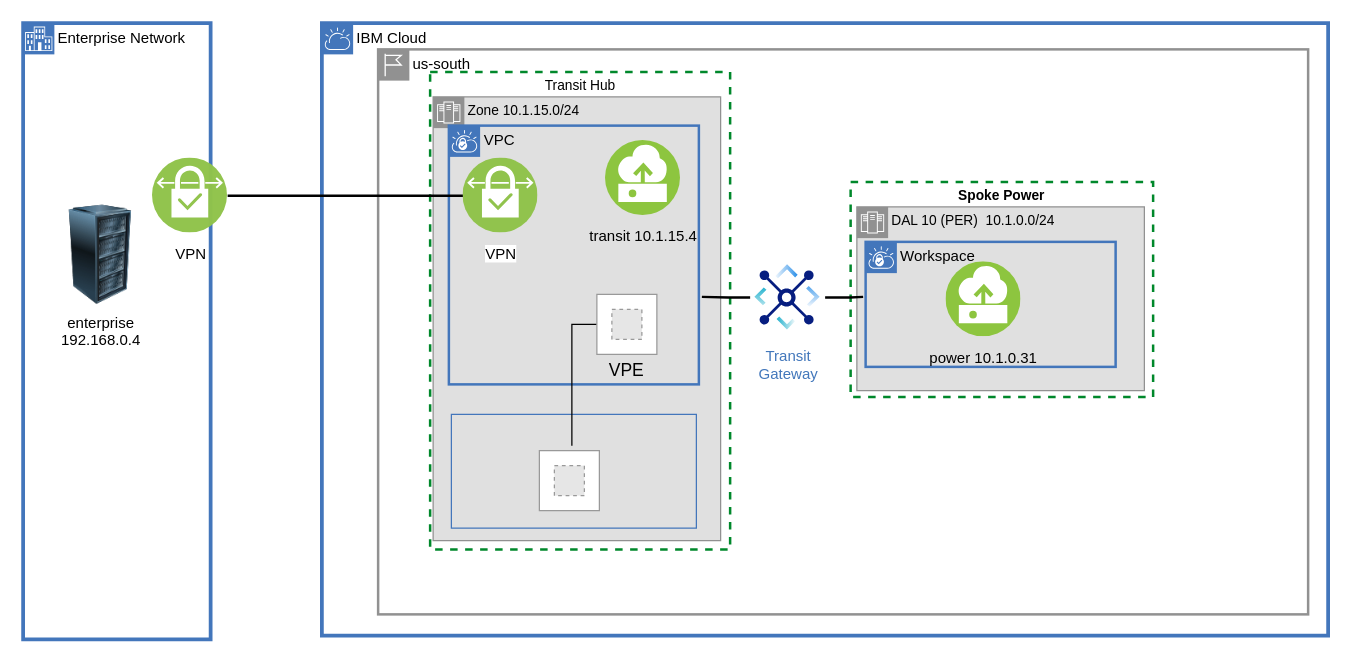
Earlier version of the draw.io diagram page "overview-power" (5 of 22) of images/vpc-transit.drawio (IBM-Cloud/vpc-transit). Source tidied: cells renumbered, new cells numbered last; positions are measured from the earlier drawing's top-left corner, leaving out a move shared by most shapes. Both pictures are drawn from the tidied source at 125%, with x=0, y=0 at pixel (22, 22). Pictures stored in the file or linked from it are replaced by grey dashed boxes.
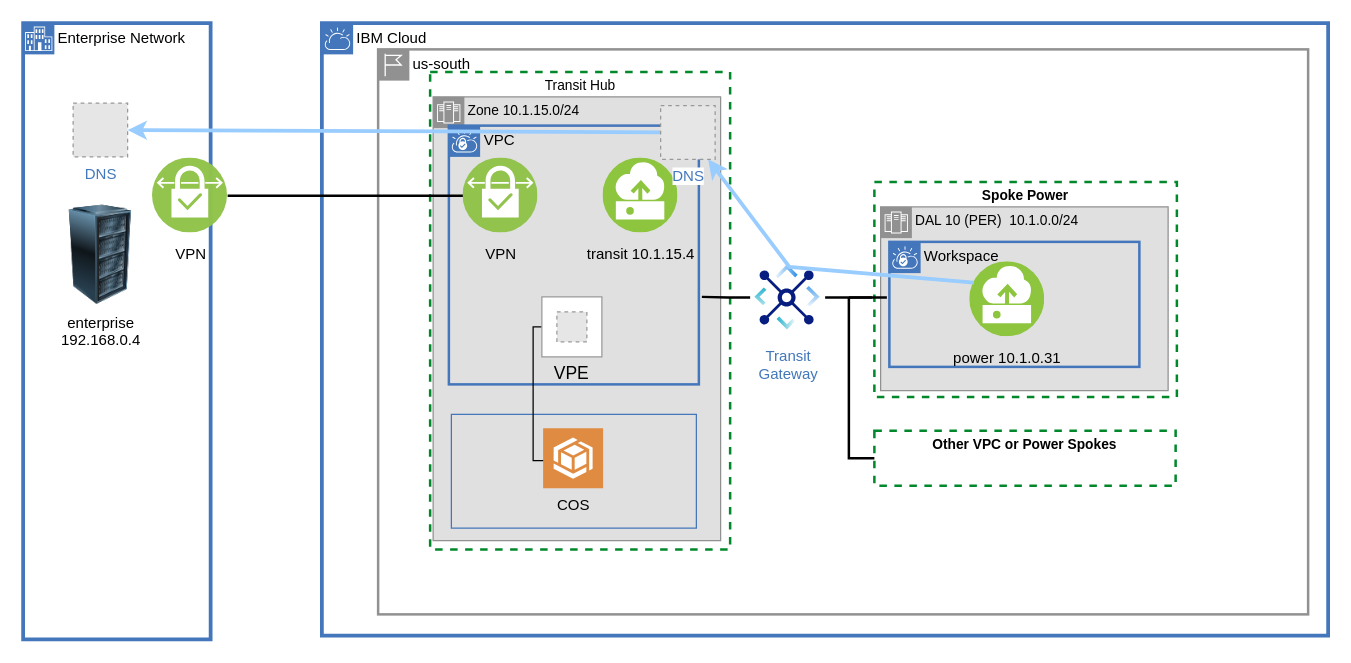
After the change.

The change refers to these unchanged cells:
```xml
<mxCell id="12" value="Transit&lt;br&gt;Gateway" style="perimeter=ellipsePerimeter;html=1;align=center;shadow=0;dashed=0;fontColor=#4277BB;labelBackgroundColor=#ffffff;fontSize=12;spacingTop=3;image;image=img/lib/ibm/vpc/TransitGateway.svg;labelPadding=0;backgroundOutline=0;" parent="1" vertex="1">
  <mxGeometry x="581.6" y="189.5" width="60" height="60" as="geometry" />
</mxCell>
```

Change to the diagram source:
```diff
@@
     <mxCell id="4" value="&lt;b&gt;Spoke Power&lt;/b&gt;" style="fontStyle=0;verticalAlign=top;align=center;spacingTop=-2;fillColor=none;rounded=0;whiteSpace=wrap;html=1;strokeColor=#00882B;strokeWidth=2;dashed=1;shadow=0;labelBackgroundColor=none;fontFamily=Helvetica;fontSize=11;fontColor=default;" parent="1" vertex="1">
-      <mxGeometry x="662" y="127" width="242" height="172" as="geometry" />
+      <mxGeometry x="681" y="127" width="242" height="172" as="geometry" />
     </mxCell>
     <mxCell id="5" value="DAL 10 (PER)&amp;nbsp; 10.1.0.0/24" style="shape=mxgraph.ibm.box;prType=zone;fontStyle=0;verticalAlign=top;align=left;spacingLeft=32;spacingTop=4;fillColor=#E0E0E0;rounded=0;whiteSpace=wrap;html=1;strokeColor=#919191;strokeWidth=1;dashed=0;spacing=-4;fontFamily=Helvetica;fontSize=11;fontColor=default;" parent="1" vertex="1">
-      <mxGeometry x="667" y="147" width="230" height="147" as="geometry" />
+      <mxGeometry x="686" y="147" width="230" height="147" as="geometry" />
     </mxCell>
@@
+    <mxCell id="28" style="edgeStyle=orthogonalEdgeStyle;shape=connector;rounded=0;jettySize=auto;html=1;entryX=0;entryY=0.5;entryDx=0;entryDy=0;labelBackgroundColor=default;strokeColor=default;strokeWidth=2;align=center;verticalAlign=middle;fontFamily=Helvetica;fontSize=11;fontColor=default;endArrow=none;endFill=0;" parent="1" edge="1" target="30">
+      <mxGeometry relative="1" as="geometry">
+        <mxPoint x="660.6" y="219.5" as="sourcePoint" />
+        <Array as="points">
+          <mxPoint x="661" y="348" />
+        </Array>
+      </mxGeometry>
+    </mxCell>
+    <mxCell id="29" style="edgeStyle=orthogonalEdgeStyle;shape=connector;rounded=0;jettySize=auto;html=1;labelBackgroundColor=default;strokeColor=default;strokeWidth=2;align=center;verticalAlign=middle;fontFamily=Helvetica;fontSize=11;fontColor=default;endArrow=none;endFill=0;" parent="1" edge="1" source="12">
+      <mxGeometry relative="1" as="geometry">
+        <mxPoint x="679" y="219.5" as="targetPoint" />
+      </mxGeometry>
+    </mxCell>
@@
     <mxCell id="13" value="&lt;span style=&quot;font-weight: normal&quot;&gt;Workspace&lt;/span&gt;" style="shape=mxgraph.ibm.box;prType=vpc;fontStyle=1;verticalAlign=top;align=left;spacingLeft=32;spacingTop=4;fillColor=none;rounded=0;whiteSpace=wrap;html=1;strokeColor=#4376BB;strokeWidth=2;dashed=0;spacing=-4;" parent="1" vertex="1">
-      <mxGeometry x="674" y="175" width="200" height="100" as="geometry" />
+      <mxGeometry x="693" y="175" width="200" height="100" as="geometry" />
     </mxCell>
-    <mxCell id="14" style="moveable=0;rounded=0;whiteSpace=wrap;html=1;spacingLeft=0;verticalAlign=top;fontFamily=IBM Plex Sans;fontSize=14;align=center;spacingBottom=0;spacingRight=0;labelPosition=center;verticalLabelPosition=bottom;spacing=0;strokeColor=#999999;" parent="1" vertex="1">
-      <mxGeometry x="413" y="342" width="48" height="48" as="geometry" />
-    </mxCell>
-    <mxCell id="15" style="fillColor=#E6E6E6;strokeColor=#999999;dashed=1;verticalLabelPosition=bottom;labelBackgroundColor=default;verticalAlign=top;" parent="1" vertex="1">
-      <mxGeometry x="425" y="354" width="24" height="24" as="geometry" />
-    </mxCell>
     <mxCell id="16" value="transit 10.1.15.4" style="perimeter=ellipsePerimeter;html=1;align=center;shadow=0;dashed=0;fontColor=black;fontSize=12;spacingTop=3;image;image=img/lib/ibm/vpc/Instance.svg;labelBackgroundColor=none;" parent="1" vertex="1">
-      <mxGeometry x="466" y="94" width="60" height="60" as="geometry" />
+      <mxGeometry x="464" y="108" width="60" height="60" as="geometry" />
     </mxCell>
     <mxCell id="17" value="power&amp;nbsp;10.1.0.31" style="perimeter=ellipsePerimeter;html=1;align=center;shadow=0;dashed=0;fontColor=black;fontSize=12;spacingTop=3;image;image=img/lib/ibm/vpc/Instance.svg;overflow=visible;noLabel=0;labelBackgroundColor=none;" parent="1" vertex="1">
-      <mxGeometry x="738.4" y="191" width="60" height="60" as="geometry" />
+      <mxGeometry x="757.4" y="191" width="60" height="60" as="geometry" />
     </mxCell>
@@
     <mxCell id="19" style="edgeStyle=orthogonalEdgeStyle;shape=connector;rounded=0;jettySize=auto;html=1;labelBackgroundColor=default;strokeColor=default;strokeWidth=1;align=center;verticalAlign=middle;fontFamily=Helvetica;fontSize=11;fontColor=default;endArrow=none;endFill=0;" parent="1" edge="1" source="20">
       <mxGeometry relative="1" as="geometry">
-        <mxPoint x="439" y="338" as="targetPoint" />
+        <mxPoint x="422" y="350" as="targetPoint" />
+        <Array as="points">
+          <mxPoint x="408" y="243" />
+          <mxPoint x="408" y="350" />
+        </Array>
       </mxGeometry>
     </mxCell>
     <mxCell id="20" value="VPE" style="group;fontFamily=IBM Plex Sans;verticalAlign=top;labelPosition=center;verticalLabelPosition=bottom;align=center;spacingLeft=0;spacingRight=0;spacingBottom=4;whiteSpace=wrap;html=1;fontStyle=0;fontSize=14;strokeOpacity=0;strokeColor=none;strokeWidth=0;spacing=0;fontColor=default;" parent="1" vertex="1">
-      <mxGeometry x="459" y="217" width="48" height="48" as="geometry" />
+      <mxGeometry x="415" y="219" width="48" height="48" as="geometry" />
     </mxCell>
@@
-    <mxCell id="23" style="edgeStyle=orthogonalEdgeStyle;shape=connector;rounded=0;jettySize=auto;html=1;entryX=-0.01;entryY=0.44;entryDx=0;entryDy=0;entryPerimeter=0;labelBackgroundColor=default;strokeColor=default;strokeWidth=2;align=center;verticalAlign=middle;fontFamily=Helvetica;fontSize=11;fontColor=default;endArrow=none;endFill=0;" parent="1" edge="1" source="12" target="13">
-      <mxGeometry relative="1" as="geometry" />
+    <mxCell id="23" style="edgeStyle=orthogonalEdgeStyle;shape=connector;rounded=0;jettySize=auto;html=1;entryX=-0.01;entryY=0.44;entryDx=0;entryDy=0;entryPerimeter=0;labelBackgroundColor=default;strokeColor=default;strokeWidth=2;align=center;verticalAlign=middle;fontFamily=Helvetica;fontSize=11;fontColor=default;endArrow=none;endFill=0;" parent="1" edge="1" target="13">
+      <mxGeometry relative="1" as="geometry">
+        <mxPoint x="660.6" y="219.5" as="sourcePoint" />
+      </mxGeometry>
     </mxCell>
+    <mxCell id="30" value="&lt;b&gt;Other VPC or Power Spokes&lt;/b&gt;" style="fontStyle=0;verticalAlign=top;align=center;spacingTop=-2;fillColor=none;rounded=0;whiteSpace=wrap;html=1;strokeColor=#00882B;strokeWidth=2;dashed=1;shadow=0;labelBackgroundColor=none;fontFamily=Helvetica;fontSize=11;fontColor=default;" parent="1" vertex="1">
+      <mxGeometry x="681" y="326" width="241" height="44" as="geometry" />
+    </mxCell>
+    <mxCell id="31" value="COS" style="sketch=0;shadow=0;dashed=0;html=1;strokeColor=none;fillColor=#DF8C42;labelPosition=center;verticalLabelPosition=bottom;verticalAlign=top;align=center;shape=mxgraph.veeam2.ibm_object_storage;" parent="1" vertex="1">
+      <mxGeometry x="416" y="324" width="48" height="48" as="geometry" />
+    </mxCell>
@@
-    <mxCell id="27" value="VPN" style="perimeter=ellipsePerimeter;html=1;align=center;shadow=0;dashed=0;fontColor=#000000;labelBackgroundColor=#ffffff;fontSize=12;spacingTop=3;image;image=img/lib/ibm/vpc/VPNConnection.svg;" parent="24" vertex="1">
+    <mxCell id="27" value="VPN" style="perimeter=ellipsePerimeter;html=1;align=center;shadow=0;dashed=0;fontColor=#000000;fontSize=12;spacingTop=3;image;image=img/lib/ibm/vpc/VPNConnection.svg;labelBackgroundColor=none;" parent="24" vertex="1">
       <mxGeometry x="352" y="108" width="60" height="60" as="geometry" />
     </mxCell>
+    <mxCell id="32" parent="0" />
+    <mxCell id="33" style="edgeStyle=none;shape=connector;rounded=0;jettySize=auto;html=1;labelBackgroundColor=default;strokeColor=#99CCFF;strokeWidth=3;align=center;verticalAlign=middle;fontFamily=Helvetica;fontSize=11;fontColor=default;endArrow=classic;endFill=1;elbow=vertical;exitX=0;exitY=0.25;exitDx=0;exitDy=0;" parent="32" edge="1" source="17" target="36">
+      <mxGeometry relative="1" as="geometry">
+        <Array as="points">
+          <mxPoint x="613" y="195" />
+        </Array>
+      </mxGeometry>
+    </mxCell>
+    <mxCell id="34" style="edgeStyle=none;shape=connector;rounded=0;jettySize=auto;html=1;labelBackgroundColor=default;strokeColor=#99CCFF;strokeWidth=3;align=center;verticalAlign=middle;fontFamily=Helvetica;fontSize=11;fontColor=default;endArrow=classic;endFill=1;elbow=vertical;" parent="32" edge="1" source="36" target="35">
+      <mxGeometry relative="1" as="geometry" />
+    </mxCell>
+    <mxCell id="35" value="&lt;span style=&quot;color: rgb(66 , 119 , 187) ; font-family: &amp;quot;helvetica&amp;quot; ; font-size: 12px ; font-style: normal ; font-weight: 400 ; letter-spacing: normal ; text-align: center ; text-indent: 0px ; text-transform: none ; word-spacing: 0px ; background-color: rgb(255 , 255 , 255) ; display: inline ; float: none&quot;&gt;DNS&lt;/span&gt;" style="fillColor=#E6E6E6;strokeColor=#999999;dashed=1;verticalLabelPosition=bottom;verticalAlign=top;fontSize=10;html=1;" parent="32" vertex="1">
+      <mxGeometry x="40" y="64" width="43.6" height="43" as="geometry" />
+    </mxCell>
+    <mxCell id="36" value="&lt;span style=&quot;color: rgb(66 , 119 , 187) ; font-family: &amp;quot;helvetica&amp;quot; ; font-size: 12px ; font-style: normal ; font-weight: 400 ; letter-spacing: normal ; text-align: center ; text-indent: 0px ; text-transform: none ; word-spacing: 0px ; background-color: rgb(255 , 255 , 255) ; display: inline ; float: none&quot;&gt;DNS&lt;/span&gt;" style="fillColor=#E6E6E6;strokeColor=#999999;dashed=1;verticalLabelPosition=bottom;verticalAlign=top;fontSize=10;html=1;" parent="32" vertex="1">
+      <mxGeometry x="510" y="66" width="43.6" height="43" as="geometry" />
+    </mxCell>
```
